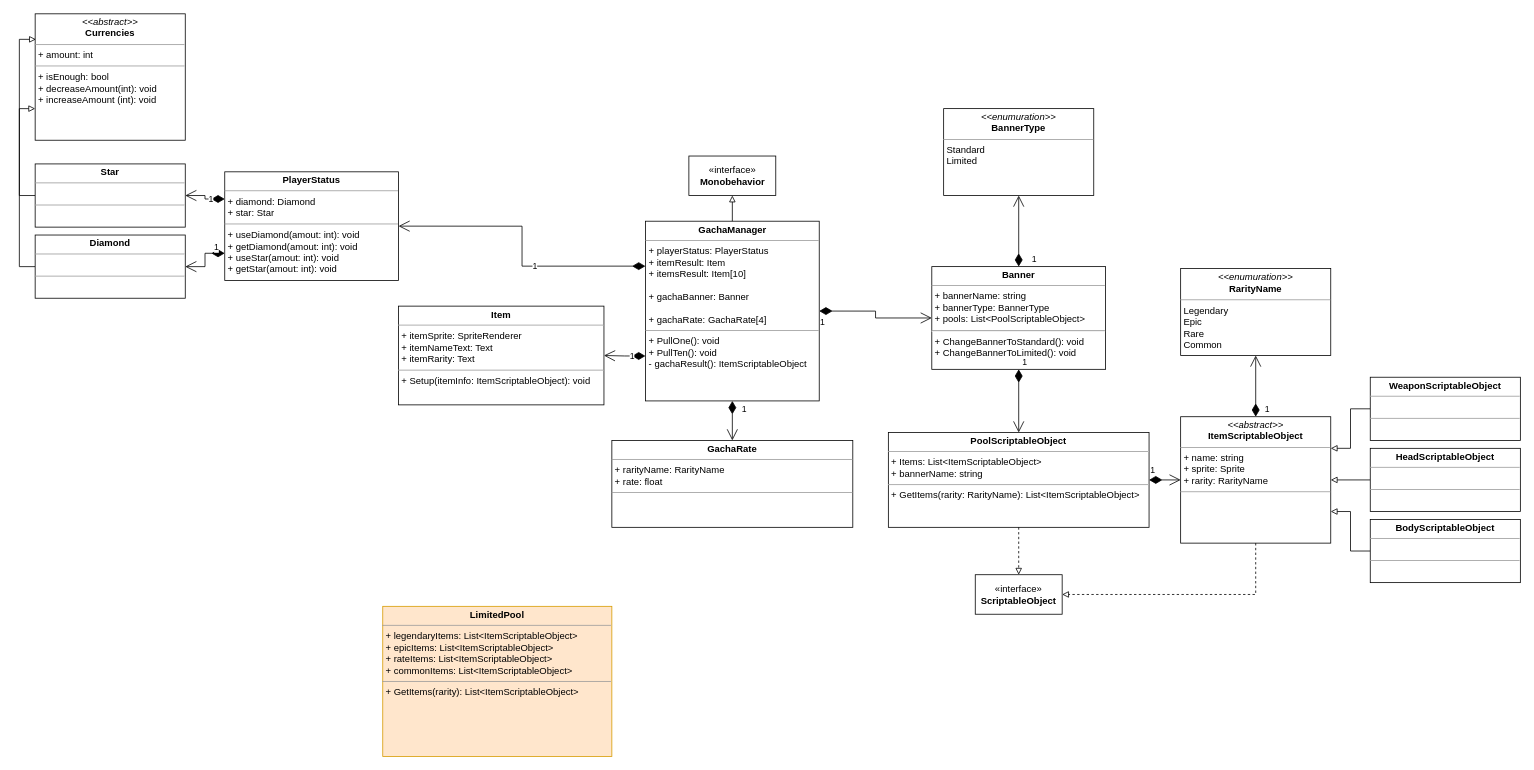
Earlier version of the draw.io diagram GachaSystemUML.drawio (DivertiseAsia/tawan-intern). Source tidied: cells renumbered, new cells numbered last; positions are measured from the earlier drawing's top-left corner, leaving out a move shared by most shapes. Both pictures are drawn from the tidied source at 79%, with x=0, y=0 at pixel (35, 13).
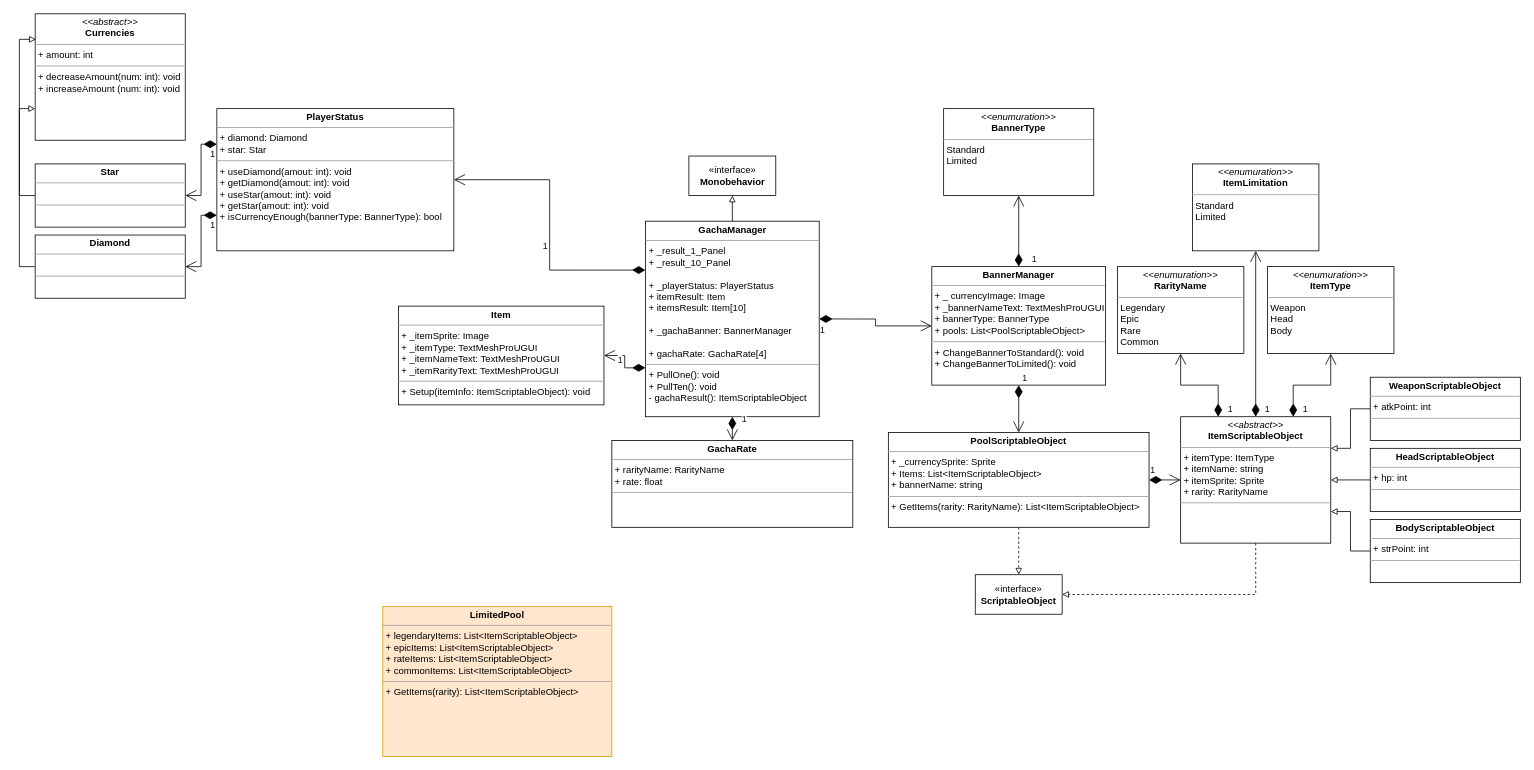
The same diagram, later.

What changed in the source:
```diff
@@
-    <mxCell id="2" value="&lt;p style=&quot;margin:0px;margin-top:4px;text-align:center;&quot;&gt;&lt;i&gt;&amp;lt;&amp;lt;abstract&amp;gt;&amp;gt;&lt;/i&gt;&lt;br&gt;&lt;b&gt;ItemScriptableObject&lt;/b&gt;&lt;/p&gt;&lt;hr size=&quot;1&quot;&gt;&lt;p style=&quot;margin:0px;margin-left:4px;&quot;&gt;+ name: string&lt;/p&gt;&lt;p style=&quot;margin:0px;margin-left:4px;&quot;&gt;+ sprite: Sprite&lt;br&gt;+ rarity: RarityName&lt;/p&gt;&lt;hr size=&quot;1&quot;&gt;&lt;p style=&quot;margin:0px;margin-left:4px;&quot;&gt;&lt;br&gt;&lt;/p&gt;" style="verticalAlign=top;align=left;overflow=fill;fontSize=12;fontFamily=Helvetica;html=1;whiteSpace=wrap;" parent="1" vertex="1">
+    <mxCell id="2" value="&lt;p style=&quot;margin:0px;margin-top:4px;text-align:center;&quot;&gt;&lt;i&gt;&amp;lt;&amp;lt;abstract&amp;gt;&amp;gt;&lt;/i&gt;&lt;br&gt;&lt;b&gt;ItemScriptableObject&lt;/b&gt;&lt;/p&gt;&lt;hr size=&quot;1&quot;&gt;&lt;p style=&quot;margin:0px;margin-left:4px;&quot;&gt;+ itemType: ItemType&lt;/p&gt;&lt;p style=&quot;margin:0px;margin-left:4px;&quot;&gt;+ itemName: string&lt;/p&gt;&lt;p style=&quot;margin:0px;margin-left:4px;&quot;&gt;+ itemSprite: Sprite&lt;br&gt;+ rarity: RarityName&lt;/p&gt;&lt;hr size=&quot;1&quot;&gt;&lt;p style=&quot;margin:0px;margin-left:4px;&quot;&gt;&lt;br&gt;&lt;/p&gt;" style="verticalAlign=top;align=left;overflow=fill;fontSize=12;fontFamily=Helvetica;html=1;whiteSpace=wrap;" parent="1" vertex="1">
       <mxGeometry x="1450" y="510" width="190" height="160" as="geometry" />
     </mxCell>
@@
-    <mxCell id="4" value="&lt;p style=&quot;margin:0px;margin-top:4px;text-align:center;&quot;&gt;&lt;b style=&quot;border-color: var(--border-color);&quot;&gt;HeadScriptableObject&lt;/b&gt;&lt;br&gt;&lt;/p&gt;&lt;hr size=&quot;1&quot;&gt;&lt;p style=&quot;margin:0px;margin-left:4px;&quot;&gt;&lt;br&gt;&lt;/p&gt;&lt;hr size=&quot;1&quot;&gt;&lt;p style=&quot;margin:0px;margin-left:4px;&quot;&gt;&lt;br&gt;&lt;/p&gt;" style="verticalAlign=top;align=left;overflow=fill;fontSize=12;fontFamily=Helvetica;html=1;whiteSpace=wrap;" parent="1" vertex="1">
+    <mxCell id="4" value="&lt;p style=&quot;margin:0px;margin-top:4px;text-align:center;&quot;&gt;&lt;b style=&quot;border-color: var(--border-color);&quot;&gt;HeadScriptableObject&lt;/b&gt;&lt;br&gt;&lt;/p&gt;&lt;hr size=&quot;1&quot;&gt;&lt;p style=&quot;margin:0px;margin-left:4px;&quot;&gt;+ hp: int&lt;/p&gt;&lt;hr size=&quot;1&quot;&gt;&lt;p style=&quot;margin:0px;margin-left:4px;&quot;&gt;&lt;br&gt;&lt;/p&gt;" style="verticalAlign=top;align=left;overflow=fill;fontSize=12;fontFamily=Helvetica;html=1;whiteSpace=wrap;" parent="1" vertex="1">
       <mxGeometry x="1690" y="550" width="190" height="80" as="geometry" />
     </mxCell>
@@
-    <mxCell id="6" value="&lt;p style=&quot;margin:0px;margin-top:4px;text-align:center;&quot;&gt;&lt;b style=&quot;border-color: var(--border-color);&quot;&gt;BodyScriptableObject&lt;/b&gt;&lt;br&gt;&lt;/p&gt;&lt;hr size=&quot;1&quot;&gt;&lt;p style=&quot;margin:0px;margin-left:4px;&quot;&gt;&lt;br&gt;&lt;/p&gt;&lt;hr size=&quot;1&quot;&gt;&lt;p style=&quot;margin:0px;margin-left:4px;&quot;&gt;&lt;br&gt;&lt;/p&gt;" style="verticalAlign=top;align=left;overflow=fill;fontSize=12;fontFamily=Helvetica;html=1;whiteSpace=wrap;" parent="1" vertex="1">
+    <mxCell id="6" value="&lt;p style=&quot;margin:0px;margin-top:4px;text-align:center;&quot;&gt;&lt;b style=&quot;border-color: var(--border-color);&quot;&gt;BodyScriptableObject&lt;/b&gt;&lt;br&gt;&lt;/p&gt;&lt;hr size=&quot;1&quot;&gt;&lt;p style=&quot;margin:0px;margin-left:4px;&quot;&gt;+ strPoint: int&lt;/p&gt;&lt;hr size=&quot;1&quot;&gt;&lt;p style=&quot;margin:0px;margin-left:4px;&quot;&gt;&lt;br&gt;&lt;/p&gt;" style="verticalAlign=top;align=left;overflow=fill;fontSize=12;fontFamily=Helvetica;html=1;whiteSpace=wrap;" parent="1" vertex="1">
       <mxGeometry x="1690" y="640" width="190" height="80" as="geometry" />
     </mxCell>
@@
-    <mxCell id="8" value="&lt;p style=&quot;margin:0px;margin-top:4px;text-align:center;&quot;&gt;&lt;b&gt;WeaponScriptableObject&lt;/b&gt;&lt;/p&gt;&lt;hr size=&quot;1&quot;&gt;&lt;p style=&quot;margin:0px;margin-left:4px;&quot;&gt;&lt;br&gt;&lt;/p&gt;&lt;hr size=&quot;1&quot;&gt;&lt;p style=&quot;margin:0px;margin-left:4px;&quot;&gt;&lt;br&gt;&lt;/p&gt;" style="verticalAlign=top;align=left;overflow=fill;fontSize=12;fontFamily=Helvetica;html=1;whiteSpace=wrap;" parent="1" vertex="1">
+    <mxCell id="8" value="&lt;p style=&quot;margin:0px;margin-top:4px;text-align:center;&quot;&gt;&lt;b&gt;WeaponScriptableObject&lt;/b&gt;&lt;/p&gt;&lt;hr size=&quot;1&quot;&gt;&lt;p style=&quot;margin:0px;margin-left:4px;&quot;&gt;+ atkPoint: int&lt;/p&gt;&lt;hr size=&quot;1&quot;&gt;&lt;p style=&quot;margin:0px;margin-left:4px;&quot;&gt;&lt;br&gt;&lt;/p&gt;" style="verticalAlign=top;align=left;overflow=fill;fontSize=12;fontFamily=Helvetica;html=1;whiteSpace=wrap;" parent="1" vertex="1">
       <mxGeometry x="1690" y="460" width="190" height="80" as="geometry" />
     </mxCell>
-    <mxCell id="9" value="&lt;p style=&quot;margin:0px;margin-top:4px;text-align:center;&quot;&gt;&lt;i&gt;&amp;lt;&amp;lt;abstract&amp;gt;&amp;gt;&lt;/i&gt;&lt;br&gt;&lt;b&gt;Currencies&lt;/b&gt;&lt;/p&gt;&lt;hr size=&quot;1&quot;&gt;&lt;p style=&quot;margin:0px;margin-left:4px;&quot;&gt;+ amount: int&lt;/p&gt;&lt;hr size=&quot;1&quot;&gt;&lt;p style=&quot;margin:0px;margin-left:4px;&quot;&gt;+ isEnough: bool&lt;/p&gt;&lt;p style=&quot;margin:0px;margin-left:4px;&quot;&gt;+ decreaseAmount(int): void&lt;/p&gt;&lt;p style=&quot;margin:0px;margin-left:4px;&quot;&gt;+ increaseAmount (int): void&lt;/p&gt;" style="verticalAlign=top;align=left;overflow=fill;fontSize=12;fontFamily=Helvetica;html=1;whiteSpace=wrap;" parent="1" vertex="1">
+    <mxCell id="9" value="&lt;p style=&quot;margin:0px;margin-top:4px;text-align:center;&quot;&gt;&lt;i&gt;&amp;lt;&amp;lt;abstract&amp;gt;&amp;gt;&lt;/i&gt;&lt;br&gt;&lt;b&gt;Currencies&lt;/b&gt;&lt;/p&gt;&lt;hr size=&quot;1&quot;&gt;&lt;p style=&quot;margin:0px;margin-left:4px;&quot;&gt;+ amount: int&lt;/p&gt;&lt;hr size=&quot;1&quot;&gt;&lt;p style=&quot;margin:0px;margin-left:4px;&quot;&gt;&lt;span style=&quot;background-color: initial;&quot;&gt;+ decreaseAmount(num: int): void&lt;/span&gt;&lt;br&gt;&lt;/p&gt;&lt;p style=&quot;margin:0px;margin-left:4px;&quot;&gt;+ increaseAmount (num: int): void&lt;/p&gt;" style="verticalAlign=top;align=left;overflow=fill;fontSize=12;fontFamily=Helvetica;html=1;whiteSpace=wrap;" parent="1" vertex="1">
       <mxGeometry width="190" height="160" as="geometry" />
     </mxCell>
@@
-    <mxCell id="15" value="&lt;p style=&quot;margin:0px;margin-top:4px;text-align:center;&quot;&gt;&lt;b&gt;Item&lt;/b&gt;&lt;/p&gt;&lt;hr size=&quot;1&quot;&gt;&lt;p style=&quot;margin:0px;margin-left:4px;&quot;&gt;&lt;span style=&quot;background-color: initial;&quot;&gt;+ itemSprite: SpriteRenderer&lt;/span&gt;&lt;br&gt;&lt;/p&gt;&lt;p style=&quot;margin:0px;margin-left:4px;&quot;&gt;+ itemNameText: Text&lt;/p&gt;&lt;p style=&quot;margin:0px;margin-left:4px;&quot;&gt;+ itemRarity: Text&lt;/p&gt;&lt;hr size=&quot;1&quot;&gt;&lt;p style=&quot;margin:0px;margin-left:4px;&quot;&gt;+ Setup(itemInfo: ItemScriptableObject): void&lt;/p&gt;" style="verticalAlign=top;align=left;overflow=fill;fontSize=12;fontFamily=Helvetica;html=1;whiteSpace=wrap;" parent="1" vertex="1">
+    <mxCell id="15" value="&lt;p style=&quot;margin:0px;margin-top:4px;text-align:center;&quot;&gt;&lt;b&gt;Item&lt;/b&gt;&lt;/p&gt;&lt;hr size=&quot;1&quot;&gt;&lt;p style=&quot;margin:0px;margin-left:4px;&quot;&gt;&lt;span style=&quot;background-color: initial;&quot;&gt;+ _itemSprite: Image&lt;/span&gt;&lt;br&gt;&lt;/p&gt;&lt;p style=&quot;margin:0px;margin-left:4px;&quot;&gt;&lt;span style=&quot;background-color: initial;&quot;&gt;+ _itemType: TextMeshProUGUI&lt;/span&gt;&lt;/p&gt;&lt;p style=&quot;margin:0px;margin-left:4px;&quot;&gt;+ _itemNameText:&amp;nbsp;TextMeshProUGUI&lt;/p&gt;&lt;p style=&quot;margin:0px;margin-left:4px;&quot;&gt;+ _itemRarityText: TextMeshProUGUI&lt;/p&gt;&lt;hr size=&quot;1&quot;&gt;&lt;p style=&quot;margin:0px;margin-left:4px;&quot;&gt;+ Setup(itemInfo: ItemScriptableObject): void&lt;/p&gt;" style="verticalAlign=top;align=left;overflow=fill;fontSize=12;fontFamily=Helvetica;html=1;whiteSpace=wrap;" parent="1" vertex="1">
       <mxGeometry x="460" y="370" width="260" height="125" as="geometry" />
     </mxCell>
-    <mxCell id="16" value="&lt;p style=&quot;margin:0px;margin-top:4px;text-align:center;&quot;&gt;&lt;b&gt;GachaManager&lt;/b&gt;&lt;/p&gt;&lt;hr size=&quot;1&quot;&gt;&lt;p style=&quot;margin:0px;margin-left:4px;&quot;&gt;+ playerStatus: PlayerStatus&lt;/p&gt;&lt;p style=&quot;margin:0px;margin-left:4px;&quot;&gt;+ itemResult: Item&lt;/p&gt;&lt;p style=&quot;margin:0px;margin-left:4px;&quot;&gt;+ itemsResult: Item[10]&lt;/p&gt;&lt;p style=&quot;margin:0px;margin-left:4px;&quot;&gt;&lt;br&gt;&lt;/p&gt;&lt;p style=&quot;margin:0px;margin-left:4px;&quot;&gt;+ gachaBanner: Banner&lt;/p&gt;&lt;p style=&quot;margin:0px;margin-left:4px;&quot;&gt;&lt;br&gt;&lt;/p&gt;&lt;p style=&quot;margin:0px;margin-left:4px;&quot;&gt;+ gachaRate: GachaRate[4]&lt;/p&gt;&lt;hr size=&quot;1&quot;&gt;&lt;p style=&quot;margin:0px;margin-left:4px;&quot;&gt;+ PullOne(): void&lt;/p&gt;&lt;p style=&quot;margin:0px;margin-left:4px;&quot;&gt;+ PullTen(): void&lt;/p&gt;&lt;p style=&quot;margin:0px;margin-left:4px;&quot;&gt;- gachaResult(): ItemScriptableObject&lt;/p&gt;" style="verticalAlign=top;align=left;overflow=fill;fontSize=12;fontFamily=Helvetica;html=1;whiteSpace=wrap;" parent="1" vertex="1">
-      <mxGeometry x="772.5" y="262.5" width="220" height="227.5" as="geometry" />
+    <mxCell id="16" value="&lt;p style=&quot;margin:0px;margin-top:4px;text-align:center;&quot;&gt;&lt;b&gt;GachaManager&lt;/b&gt;&lt;/p&gt;&lt;hr size=&quot;1&quot;&gt;&lt;p style=&quot;margin:0px;margin-left:4px;&quot;&gt;+ _result_1_Panel&lt;/p&gt;&lt;p style=&quot;margin:0px;margin-left:4px;&quot;&gt;+ _result_10_Panel&lt;/p&gt;&lt;p style=&quot;margin:0px;margin-left:4px;&quot;&gt;&lt;br&gt;&lt;/p&gt;&lt;p style=&quot;margin:0px;margin-left:4px;&quot;&gt;+ _playerStatus: PlayerStatus&lt;/p&gt;&lt;p style=&quot;margin:0px;margin-left:4px;&quot;&gt;+ itemResult: Item&lt;/p&gt;&lt;p style=&quot;margin:0px;margin-left:4px;&quot;&gt;+ itemsResult: Item[10]&lt;/p&gt;&lt;p style=&quot;margin:0px;margin-left:4px;&quot;&gt;&lt;br&gt;&lt;/p&gt;&lt;p style=&quot;margin:0px;margin-left:4px;&quot;&gt;+ _gachaBanner: BannerManager&lt;/p&gt;&lt;p style=&quot;margin:0px;margin-left:4px;&quot;&gt;&lt;br&gt;&lt;/p&gt;&lt;p style=&quot;margin:0px;margin-left:4px;&quot;&gt;+ gachaRate: GachaRate[4]&lt;/p&gt;&lt;hr size=&quot;1&quot;&gt;&lt;p style=&quot;margin:0px;margin-left:4px;&quot;&gt;+ PullOne(): void&lt;/p&gt;&lt;p style=&quot;margin:0px;margin-left:4px;&quot;&gt;+ PullTen(): void&lt;/p&gt;&lt;p style=&quot;margin:0px;margin-left:4px;&quot;&gt;- gachaResult(): ItemScriptableObject&lt;/p&gt;" style="verticalAlign=top;align=left;overflow=fill;fontSize=12;fontFamily=Helvetica;html=1;whiteSpace=wrap;" parent="1" vertex="1">
+      <mxGeometry x="772.5" y="262.5" width="220" height="247.5" as="geometry" />
     </mxCell>
@@
-    <mxCell id="19" value="&lt;p style=&quot;margin:0px;margin-top:4px;text-align:center;&quot;&gt;&lt;b&gt;PlayerStatus&lt;/b&gt;&lt;/p&gt;&lt;hr size=&quot;1&quot;&gt;&lt;p style=&quot;margin:0px;margin-left:4px;&quot;&gt;+ diamond: Diamond&lt;/p&gt;&lt;p style=&quot;margin:0px;margin-left:4px;&quot;&gt;+ star: Star&lt;/p&gt;&lt;hr size=&quot;1&quot;&gt;&lt;p style=&quot;margin:0px;margin-left:4px;&quot;&gt;+ useDiamond(amout: int): void&lt;/p&gt;&lt;p style=&quot;margin:0px;margin-left:4px;&quot;&gt;+ getDiamond(amout: int): void&lt;/p&gt;&lt;p style=&quot;margin:0px;margin-left:4px;&quot;&gt;+ useStar(amout: int): void&lt;/p&gt;&lt;p style=&quot;margin:0px;margin-left:4px;&quot;&gt;+ getStar(amout: int): void&lt;/p&gt;" style="verticalAlign=top;align=left;overflow=fill;fontSize=12;fontFamily=Helvetica;html=1;whiteSpace=wrap;" parent="1" vertex="1">
-      <mxGeometry x="240" y="200" width="220" height="137.5" as="geometry" />
+    <mxCell id="19" value="&lt;p style=&quot;margin:0px;margin-top:4px;text-align:center;&quot;&gt;&lt;b&gt;PlayerStatus&lt;/b&gt;&lt;/p&gt;&lt;hr size=&quot;1&quot;&gt;&lt;p style=&quot;margin:0px;margin-left:4px;&quot;&gt;+ diamond: Diamond&lt;/p&gt;&lt;p style=&quot;margin:0px;margin-left:4px;&quot;&gt;+ star: Star&lt;/p&gt;&lt;hr size=&quot;1&quot;&gt;&lt;p style=&quot;margin:0px;margin-left:4px;&quot;&gt;+ useDiamond(amout: int): void&lt;/p&gt;&lt;p style=&quot;margin:0px;margin-left:4px;&quot;&gt;+ getDiamond(amout: int): void&lt;/p&gt;&lt;p style=&quot;margin:0px;margin-left:4px;&quot;&gt;+ useStar(amout: int): void&lt;/p&gt;&lt;p style=&quot;margin:0px;margin-left:4px;&quot;&gt;+ getStar(amout: int): void&lt;/p&gt;&lt;p style=&quot;margin:0px;margin-left:4px;&quot;&gt;+ isCurrencyEnough(bannerType: BannerType): bool&lt;/p&gt;" style="verticalAlign=top;align=left;overflow=fill;fontSize=12;fontFamily=Helvetica;html=1;whiteSpace=wrap;" parent="1" vertex="1">
+      <mxGeometry x="230" y="120" width="300" height="180" as="geometry" />
     </mxCell>
     <mxCell id="20" value="&lt;p style=&quot;margin:0px;margin-top:4px;text-align:center;&quot;&gt;&lt;i&gt;&amp;lt;&amp;lt;enumuration&amp;gt;&amp;gt;&lt;/i&gt;&lt;br&gt;&lt;b&gt;RarityName&lt;/b&gt;&lt;/p&gt;&lt;hr size=&quot;1&quot;&gt;&lt;p style=&quot;margin:0px;margin-left:4px;&quot;&gt;Legendary&lt;/p&gt;&lt;p style=&quot;margin:0px;margin-left:4px;&quot;&gt;Epic&lt;/p&gt;&lt;p style=&quot;margin:0px;margin-left:4px;&quot;&gt;Rare&lt;/p&gt;&lt;p style=&quot;margin:0px;margin-left:4px;&quot;&gt;Common&lt;/p&gt;&lt;p style=&quot;margin:0px;margin-left:4px;&quot;&gt;&lt;br&gt;&lt;/p&gt;" style="verticalAlign=top;align=left;overflow=fill;fontSize=12;fontFamily=Helvetica;html=1;whiteSpace=wrap;" parent="1" vertex="1">
-      <mxGeometry x="1450" y="322.5" width="190" height="110" as="geometry" />
+      <mxGeometry x="1370" y="320" width="160" height="110" as="geometry" />
     </mxCell>
@@
-    <mxCell id="22" value="1" style="endArrow=open;html=1;endSize=12;startArrow=diamondThin;startSize=14;startFill=1;edgeStyle=orthogonalEdgeStyle;align=left;verticalAlign=bottom;rounded=0;entryX=0.5;entryY=1;entryDx=0;entryDy=0;exitX=0.5;exitY=0;exitDx=0;exitDy=0;" parent="1" edge="1" source="2" target="20">
+    <mxCell id="22" value="1" style="endArrow=open;html=1;endSize=12;startArrow=diamondThin;startSize=14;startFill=1;edgeStyle=orthogonalEdgeStyle;align=left;verticalAlign=bottom;rounded=0;entryX=0.5;entryY=1;entryDx=0;entryDy=0;exitX=0.25;exitY=0;exitDx=0;exitDy=0;" parent="1" edge="1" source="2" target="20">
       <mxGeometry x="-1" y="-10" relative="1" as="geometry" />
     </mxCell>
@@
-    <mxCell id="24" value="&lt;p style=&quot;margin:0px;margin-top:4px;text-align:center;&quot;&gt;&lt;b&gt;PoolScriptableObject&lt;/b&gt;&lt;/p&gt;&lt;hr size=&quot;1&quot;&gt;&lt;p style=&quot;margin:0px;margin-left:4px;&quot;&gt;&lt;span style=&quot;background-color: initial;&quot;&gt;+ Items: List&amp;lt;ItemScriptableObject&amp;gt;&lt;/span&gt;&lt;/p&gt;&lt;p style=&quot;margin:0px;margin-left:4px;&quot;&gt;&lt;span style=&quot;background-color: initial;&quot;&gt;+ bannerName: string&lt;/span&gt;&lt;/p&gt;&lt;hr size=&quot;1&quot;&gt;&lt;p style=&quot;margin:0px;margin-left:4px;&quot;&gt;+ GetItems(rarity: RarityName): List&amp;lt;ItemScriptableObject&amp;gt;&lt;/p&gt;" style="verticalAlign=top;align=left;overflow=fill;fontSize=12;fontFamily=Helvetica;html=1;whiteSpace=wrap;" parent="1" vertex="1">
+    <mxCell id="24" value="&lt;p style=&quot;margin:0px;margin-top:4px;text-align:center;&quot;&gt;&lt;b&gt;PoolScriptableObject&lt;/b&gt;&lt;/p&gt;&lt;hr size=&quot;1&quot;&gt;&lt;p style=&quot;margin:0px;margin-left:4px;&quot;&gt;&lt;span style=&quot;background-color: initial;&quot;&gt;+ _currencySprite: Sprite&lt;/span&gt;&lt;/p&gt;&lt;p style=&quot;margin:0px;margin-left:4px;&quot;&gt;&lt;span style=&quot;background-color: initial;&quot;&gt;+ Items: List&amp;lt;ItemScriptableObject&amp;gt;&lt;/span&gt;&lt;/p&gt;&lt;p style=&quot;margin:0px;margin-left:4px;&quot;&gt;&lt;span style=&quot;background-color: initial;&quot;&gt;+ bannerName: string&lt;/span&gt;&lt;/p&gt;&lt;hr size=&quot;1&quot;&gt;&lt;p style=&quot;margin:0px;margin-left:4px;&quot;&gt;+ GetItems(rarity: RarityName): List&amp;lt;ItemScriptableObject&amp;gt;&lt;/p&gt;" style="verticalAlign=top;align=left;overflow=fill;fontSize=12;fontFamily=Helvetica;html=1;whiteSpace=wrap;" parent="1" vertex="1">
       <mxGeometry x="1080" y="530" width="330" height="120" as="geometry" />
     </mxCell>
-    <mxCell id="25" value="&lt;p style=&quot;margin:0px;margin-top:4px;text-align:center;&quot;&gt;&lt;b&gt;Banner&lt;/b&gt;&lt;/p&gt;&lt;hr size=&quot;1&quot;&gt;&lt;p style=&quot;margin:0px;margin-left:4px;&quot;&gt;+ bannerName: string&lt;br&gt;&lt;/p&gt;&lt;p style=&quot;margin:0px;margin-left:4px;&quot;&gt;+ bannerType: BannerType&lt;/p&gt;&lt;p style=&quot;margin:0px;margin-left:4px;&quot;&gt;+ pools: List&amp;lt;PoolScriptableObject&amp;gt;&lt;/p&gt;&lt;hr&gt;&lt;p style=&quot;margin:0px;margin-left:4px;&quot;&gt;+ ChangeBannerToStandard(): void&lt;/p&gt;&lt;p style=&quot;margin:0px;margin-left:4px;&quot;&gt;+ ChangeBannerToLimited(): void&lt;br&gt;&lt;/p&gt;" style="verticalAlign=top;align=left;overflow=fill;fontSize=12;fontFamily=Helvetica;html=1;whiteSpace=wrap;" parent="1" vertex="1">
-      <mxGeometry x="1135" y="320" width="220" height="130" as="geometry" />
+    <mxCell id="25" value="&lt;p style=&quot;margin:0px;margin-top:4px;text-align:center;&quot;&gt;&lt;b&gt;BannerManager&lt;/b&gt;&lt;/p&gt;&lt;hr size=&quot;1&quot;&gt;&lt;p style=&quot;margin:0px;margin-left:4px;&quot;&gt;+ _ currencyImage: Image&lt;/p&gt;&lt;p style=&quot;margin:0px;margin-left:4px;&quot;&gt;+ _bannerNameText: TextMeshProUGUI&lt;/p&gt;&lt;p style=&quot;margin:0px;margin-left:4px;&quot;&gt;+ bannerType: BannerType&lt;/p&gt;&lt;p style=&quot;margin:0px;margin-left:4px;&quot;&gt;+ pools: List&amp;lt;PoolScriptableObject&amp;gt;&lt;/p&gt;&lt;hr&gt;&lt;p style=&quot;margin:0px;margin-left:4px;&quot;&gt;+ ChangeBannerToStandard(): void&lt;/p&gt;&lt;p style=&quot;margin:0px;margin-left:4px;&quot;&gt;+ ChangeBannerToLimited(): void&lt;br&gt;&lt;/p&gt;" style="verticalAlign=top;align=left;overflow=fill;fontSize=12;fontFamily=Helvetica;html=1;whiteSpace=wrap;" parent="1" vertex="1">
+      <mxGeometry x="1135" y="320" width="220" height="150" as="geometry" />
     </mxCell>
@@
+    <mxCell id="38" value="&lt;p style=&quot;margin:0px;margin-top:4px;text-align:center;&quot;&gt;&lt;i&gt;&amp;lt;&amp;lt;enumuration&amp;gt;&amp;gt;&lt;/i&gt;&lt;br&gt;&lt;b&gt;ItemType&lt;/b&gt;&lt;/p&gt;&lt;hr size=&quot;1&quot;&gt;&lt;p style=&quot;margin:0px;margin-left:4px;&quot;&gt;Weapon&lt;/p&gt;&lt;p style=&quot;margin:0px;margin-left:4px;&quot;&gt;Head&lt;/p&gt;&lt;p style=&quot;margin:0px;margin-left:4px;&quot;&gt;Body&lt;/p&gt;&lt;p style=&quot;margin:0px;margin-left:4px;&quot;&gt;&lt;br&gt;&lt;/p&gt;" style="verticalAlign=top;align=left;overflow=fill;fontSize=12;fontFamily=Helvetica;html=1;whiteSpace=wrap;" parent="1" vertex="1">
+      <mxGeometry x="1560" y="320" width="160" height="110" as="geometry" />
+    </mxCell>
+    <mxCell id="39" value="1" style="endArrow=open;html=1;endSize=12;startArrow=diamondThin;startSize=14;startFill=1;edgeStyle=orthogonalEdgeStyle;align=left;verticalAlign=bottom;rounded=0;entryX=0.5;entryY=1;entryDx=0;entryDy=0;exitX=0.75;exitY=0;exitDx=0;exitDy=0;" parent="1" edge="1" source="2" target="38">
+      <mxGeometry x="-1" y="-10" relative="1" as="geometry" />
+    </mxCell>
+    <mxCell id="40" value="&lt;p style=&quot;margin:0px;margin-top:4px;text-align:center;&quot;&gt;&lt;i&gt;&amp;lt;&amp;lt;enumuration&amp;gt;&amp;gt;&lt;/i&gt;&lt;br&gt;&lt;b&gt;ItemLimitation&lt;/b&gt;&lt;/p&gt;&lt;hr size=&quot;1&quot;&gt;&lt;p style=&quot;margin:0px;margin-left:4px;&quot;&gt;Standard&lt;/p&gt;&lt;p style=&quot;margin:0px;margin-left:4px;&quot;&gt;Limited&lt;/p&gt;&lt;p style=&quot;margin:0px;margin-left:4px;&quot;&gt;&lt;br&gt;&lt;/p&gt;" style="verticalAlign=top;align=left;overflow=fill;fontSize=12;fontFamily=Helvetica;html=1;whiteSpace=wrap;" parent="1" vertex="1">
+      <mxGeometry x="1465" y="190" width="160" height="110" as="geometry" />
+    </mxCell>
+    <mxCell id="41" value="1" style="endArrow=open;html=1;endSize=12;startArrow=diamondThin;startSize=14;startFill=1;edgeStyle=orthogonalEdgeStyle;align=left;verticalAlign=bottom;rounded=0;entryX=0.5;entryY=1;entryDx=0;entryDy=0;exitX=0.5;exitY=0;exitDx=0;exitDy=0;" parent="1" edge="1" source="2" target="40">
+      <mxGeometry x="-1" y="-10" relative="1" as="geometry" />
+    </mxCell>
```
